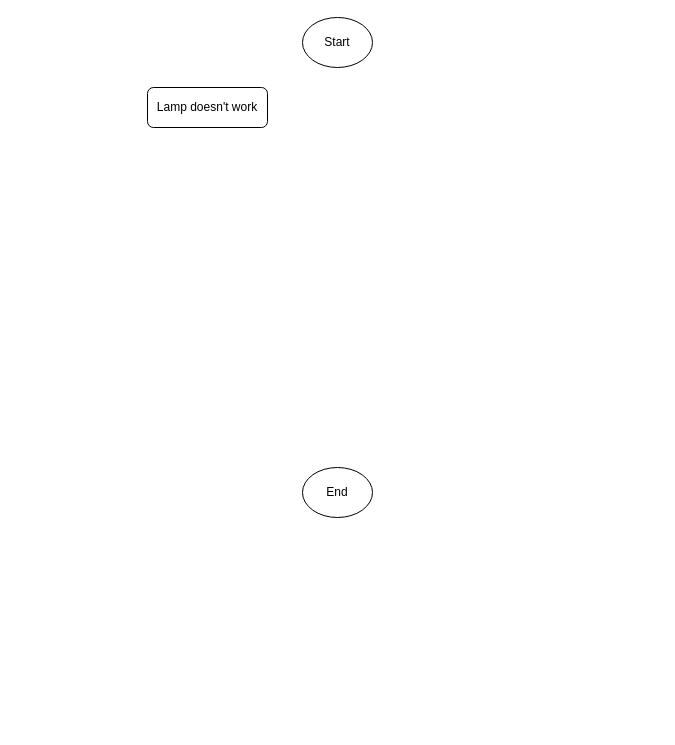
Earlier version of the draw.io diagram ProjectRoadmap.drawio (Squing0/Calculator). Source tidied: cells renumbered, new cells numbered last; positions are measured from the earlier drawing's top-left corner, leaving out a move shared by most shapes. Both pictures are drawn from the tidied source at 100%, with x=0, y=0 at pixel (147, 17).
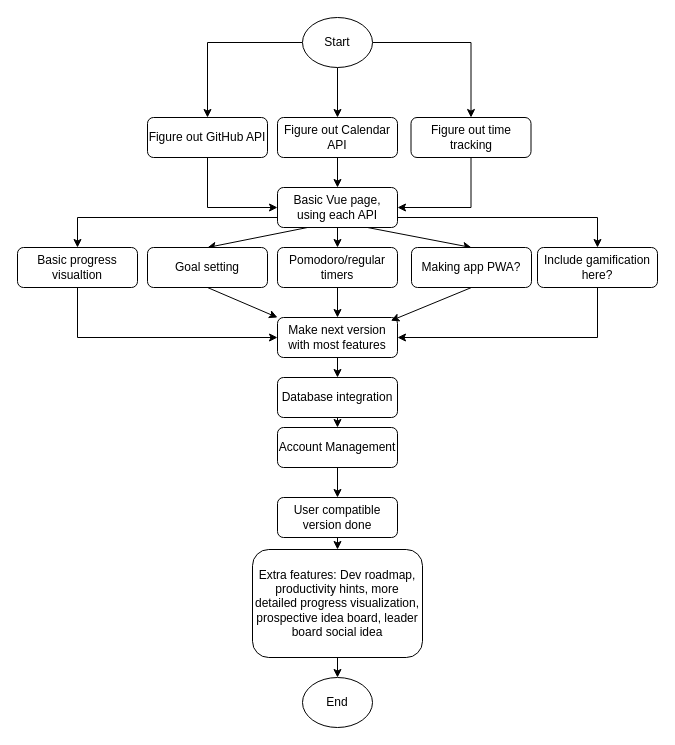
The same diagram, later.

The change refers to these unchanged cells:
```xml
<mxCell id="3" value="Start" style="ellipse;whiteSpace=wrap;html=1;" parent="1" vertex="1">
  <mxGeometry x="155" width="70" height="50" as="geometry" />
</mxCell>
```

Change to the diagram source:
```diff
@@
+    <mxCell id="5" style="edgeStyle=orthogonalEdgeStyle;rounded=0;jettySize=auto;html=1;exitX=0.5;exitY=1;exitDx=0;exitDy=0;entryX=0;entryY=0.5;entryDx=0;entryDy=0;" parent="1" edge="1" source="2" target="22">
+      <mxGeometry relative="1" as="geometry" />
+    </mxCell>
-    <mxCell id="2" value="Lamp doesn't work" style="rounded=1;whiteSpace=wrap;html=1;fontSize=12;glass=0;strokeWidth=1;shadow=0;" parent="1" vertex="1">
-      <mxGeometry y="70" width="120" height="40" as="geometry" />
+    <mxCell id="2" value="Figure out GitHub API" style="rounded=1;whiteSpace=wrap;html=1;fontSize=12;glass=0;strokeWidth=1;shadow=0;" parent="1" vertex="1">
+      <mxGeometry y="100" width="120" height="40" as="geometry" />
     </mxCell>
+    <mxCell id="6" style="edgeStyle=orthogonalEdgeStyle;rounded=0;jettySize=auto;html=1;exitX=0;exitY=0.5;exitDx=0;exitDy=0;entryX=0.5;entryY=0;entryDx=0;entryDy=0;" parent="1" edge="1" source="3" target="2">
+      <mxGeometry relative="1" as="geometry" />
+    </mxCell>
+    <mxCell id="7" style="edgeStyle=orthogonalEdgeStyle;rounded=0;jettySize=auto;html=1;exitX=0.5;exitY=1;exitDx=0;exitDy=0;entryX=0.5;entryY=0;entryDx=0;entryDy=0;" parent="1" edge="1" source="3" target="10">
+      <mxGeometry relative="1" as="geometry" />
+    </mxCell>
+    <mxCell id="8" style="edgeStyle=orthogonalEdgeStyle;rounded=0;jettySize=auto;html=1;exitX=1;exitY=0.5;exitDx=0;exitDy=0;" parent="1" edge="1" source="3" target="12">
+      <mxGeometry relative="1" as="geometry" />
+    </mxCell>
@@
     <mxCell id="4" value="End" style="ellipse;whiteSpace=wrap;html=1;" parent="1" vertex="1">
-      <mxGeometry x="155" y="450" width="70" height="50" as="geometry" />
+      <mxGeometry x="155" y="660" width="70" height="50" as="geometry" />
     </mxCell>
+    <mxCell id="9" style="edgeStyle=orthogonalEdgeStyle;rounded=0;jettySize=auto;html=1;exitX=0.5;exitY=1;exitDx=0;exitDy=0;entryX=0.5;entryY=0;entryDx=0;entryDy=0;" parent="1" edge="1" source="10" target="22">
+      <mxGeometry relative="1" as="geometry" />
+    </mxCell>
+    <mxCell id="10" value="Figure out Calendar API" style="rounded=1;whiteSpace=wrap;html=1;fontSize=12;glass=0;strokeWidth=1;shadow=0;" parent="1" vertex="1">
+      <mxGeometry x="130" y="100" width="120" height="40" as="geometry" />
+    </mxCell>
+    <mxCell id="11" style="edgeStyle=orthogonalEdgeStyle;rounded=0;jettySize=auto;html=1;exitX=0.5;exitY=1;exitDx=0;exitDy=0;entryX=1;entryY=0.5;entryDx=0;entryDy=0;" parent="1" edge="1" source="12" target="22">
+      <mxGeometry relative="1" as="geometry" />
+    </mxCell>
+    <mxCell id="12" value="Figure out time tracking" style="rounded=1;whiteSpace=wrap;html=1;fontSize=12;glass=0;strokeWidth=1;shadow=0;" parent="1" vertex="1">
+      <mxGeometry x="263.5" y="100" width="120" height="40" as="geometry" />
+    </mxCell>
+    <mxCell id="13" style="edgeStyle=orthogonalEdgeStyle;rounded=0;jettySize=auto;html=1;exitX=0.5;exitY=1;exitDx=0;exitDy=0;entryX=0.5;entryY=0;entryDx=0;entryDy=0;" parent="1" edge="1" source="14" target="36">
+      <mxGeometry relative="1" as="geometry" />
+    </mxCell>
+    <mxCell id="14" value="Account Management" style="rounded=1;whiteSpace=wrap;html=1;fontSize=12;glass=0;strokeWidth=1;shadow=0;" parent="1" vertex="1">
+      <mxGeometry x="130" y="410" width="120" height="40" as="geometry" />
+    </mxCell>
+    <mxCell id="15" style="edgeStyle=orthogonalEdgeStyle;rounded=0;jettySize=auto;html=1;exitX=0.5;exitY=1;exitDx=0;exitDy=0;entryX=0.5;entryY=0;entryDx=0;entryDy=0;" parent="1" edge="1" source="16" target="14">
+      <mxGeometry relative="1" as="geometry" />
+    </mxCell>
+    <mxCell id="16" value="Database integration" style="rounded=1;whiteSpace=wrap;html=1;fontSize=12;glass=0;strokeWidth=1;shadow=0;" parent="1" vertex="1">
+      <mxGeometry x="130" y="360" width="120" height="40" as="geometry" />
+    </mxCell>
+    <mxCell id="17" style="edgeStyle=orthogonalEdgeStyle;rounded=0;jettySize=auto;html=1;exitX=0;exitY=0.75;exitDx=0;exitDy=0;entryX=0.5;entryY=0;entryDx=0;entryDy=0;" parent="1" edge="1" source="22" target="24">
+      <mxGeometry relative="1" as="geometry" />
+    </mxCell>
+    <mxCell id="18" style="edgeStyle=orthogonalEdgeStyle;rounded=0;jettySize=auto;html=1;exitX=1;exitY=0.75;exitDx=0;exitDy=0;entryX=0.5;entryY=0;entryDx=0;entryDy=0;" parent="1" edge="1" source="22" target="31">
+      <mxGeometry relative="1" as="geometry" />
+    </mxCell>
+    <mxCell id="19" style="rounded=0;jettySize=auto;html=1;exitX=0.25;exitY=1;exitDx=0;exitDy=0;entryX=0.5;entryY=0;entryDx=0;entryDy=0;" parent="1" edge="1" source="22" target="26">
+      <mxGeometry relative="1" as="geometry" />
+    </mxCell>
+    <mxCell id="20" style="rounded=0;jettySize=auto;html=1;exitX=0.75;exitY=1;exitDx=0;exitDy=0;entryX=0.5;entryY=0;entryDx=0;entryDy=0;" parent="1" edge="1" source="22" target="30">
+      <mxGeometry relative="1" as="geometry" />
+    </mxCell>
+    <mxCell id="21" style="edgeStyle=orthogonalEdgeStyle;rounded=0;jettySize=auto;html=1;exitX=0.5;exitY=1;exitDx=0;exitDy=0;entryX=0.5;entryY=0;entryDx=0;entryDy=0;" parent="1" edge="1" source="22" target="28">
+      <mxGeometry relative="1" as="geometry" />
+    </mxCell>
+    <mxCell id="22" value="Basic Vue page, using each API" style="rounded=1;whiteSpace=wrap;html=1;fontSize=12;glass=0;strokeWidth=1;shadow=0;" parent="1" vertex="1">
+      <mxGeometry x="130" y="170" width="120" height="40" as="geometry" />
+    </mxCell>
+    <mxCell id="23" style="edgeStyle=orthogonalEdgeStyle;rounded=0;jettySize=auto;html=1;exitX=0.5;exitY=1;exitDx=0;exitDy=0;entryX=0;entryY=0.5;entryDx=0;entryDy=0;" parent="1" edge="1" source="24" target="33">
+      <mxGeometry relative="1" as="geometry" />
+    </mxCell>
+    <mxCell id="24" value="Basic progress visualtion" style="rounded=1;whiteSpace=wrap;html=1;fontSize=12;glass=0;strokeWidth=1;shadow=0;" parent="1" vertex="1">
+      <mxGeometry x="-130" y="230" width="120" height="40" as="geometry" />
+    </mxCell>
+    <mxCell id="25" style="rounded=0;jettySize=auto;html=1;exitX=0.5;exitY=1;exitDx=0;exitDy=0;entryX=0;entryY=0;entryDx=0;entryDy=0;" parent="1" edge="1" source="26" target="33">
+      <mxGeometry relative="1" as="geometry" />
+    </mxCell>
+    <mxCell id="26" value="Goal setting" style="rounded=1;whiteSpace=wrap;html=1;fontSize=12;glass=0;strokeWidth=1;shadow=0;" parent="1" vertex="1">
+      <mxGeometry y="230" width="120" height="40" as="geometry" />
+    </mxCell>
+    <mxCell id="27" style="edgeStyle=orthogonalEdgeStyle;rounded=0;jettySize=auto;html=1;exitX=0.5;exitY=1;exitDx=0;exitDy=0;entryX=0.5;entryY=0;entryDx=0;entryDy=0;" parent="1" edge="1" source="28" target="33">
+      <mxGeometry relative="1" as="geometry" />
+    </mxCell>
+    <mxCell id="28" value="Pomodoro/regular timers" style="rounded=1;whiteSpace=wrap;html=1;fontSize=12;glass=0;strokeWidth=1;shadow=0;" parent="1" vertex="1">
+      <mxGeometry x="130" y="230" width="120" height="40" as="geometry" />
+    </mxCell>
+    <mxCell id="29" style="edgeStyle=orthogonalEdgeStyle;rounded=0;jettySize=auto;html=1;exitX=0.5;exitY=1;exitDx=0;exitDy=0;entryX=1;entryY=0.5;entryDx=0;entryDy=0;" parent="1" edge="1" source="31" target="33">
+      <mxGeometry relative="1" as="geometry" />
+    </mxCell>
+    <mxCell id="30" value="Making app PWA?" style="rounded=1;whiteSpace=wrap;html=1;fontSize=12;glass=0;strokeWidth=1;shadow=0;" parent="1" vertex="1">
+      <mxGeometry x="264" y="230" width="120" height="40" as="geometry" />
+    </mxCell>
+    <mxCell id="31" value="Include gamification here?" style="rounded=1;whiteSpace=wrap;html=1;fontSize=12;glass=0;strokeWidth=1;shadow=0;" parent="1" vertex="1">
+      <mxGeometry x="390" y="230" width="120" height="40" as="geometry" />
+    </mxCell>
+    <mxCell id="32" style="edgeStyle=orthogonalEdgeStyle;rounded=0;jettySize=auto;html=1;exitX=0.5;exitY=1;exitDx=0;exitDy=0;entryX=0.5;entryY=0;entryDx=0;entryDy=0;" parent="1" edge="1" source="33" target="16">
+      <mxGeometry relative="1" as="geometry" />
+    </mxCell>
+    <mxCell id="33" value="Make next version with most features" style="rounded=1;whiteSpace=wrap;html=1;fontSize=12;glass=0;strokeWidth=1;shadow=0;" parent="1" vertex="1">
+      <mxGeometry x="130" y="300" width="120" height="40" as="geometry" />
+    </mxCell>
+    <mxCell id="34" style="rounded=0;jettySize=auto;html=1;exitX=0.5;exitY=1;exitDx=0;exitDy=0;entryX=0.945;entryY=0.08;entryDx=0;entryDy=0;entryPerimeter=0;" parent="1" edge="1" source="30" target="33">
+      <mxGeometry relative="1" as="geometry" />
+    </mxCell>
+    <mxCell id="35" style="edgeStyle=orthogonalEdgeStyle;rounded=0;jettySize=auto;html=1;exitX=0.5;exitY=1;exitDx=0;exitDy=0;entryX=0.5;entryY=0;entryDx=0;entryDy=0;" parent="1" edge="1" source="36" target="38">
+      <mxGeometry relative="1" as="geometry" />
+    </mxCell>
+    <mxCell id="36" value="User compatible version done" style="rounded=1;whiteSpace=wrap;html=1;fontSize=12;glass=0;strokeWidth=1;shadow=0;" parent="1" vertex="1">
+      <mxGeometry x="130" y="480" width="120" height="40" as="geometry" />
+    </mxCell>
+    <mxCell id="37" style="edgeStyle=orthogonalEdgeStyle;rounded=0;jettySize=auto;html=1;exitX=0.5;exitY=1;exitDx=0;exitDy=0;entryX=0.5;entryY=0;entryDx=0;entryDy=0;" parent="1" edge="1" source="38" target="4">
+      <mxGeometry relative="1" as="geometry" />
+    </mxCell>
+    <mxCell id="38" value="Extra features: Dev roadmap, productivity hints, more detailed progress visualization, prospective idea board, leader board social idea" style="rounded=1;whiteSpace=wrap;html=1;fontSize=12;glass=0;strokeWidth=1;shadow=0;" parent="1" vertex="1">
+      <mxGeometry x="105" y="532" width="170" height="108" as="geometry" />
+    </mxCell>
```
